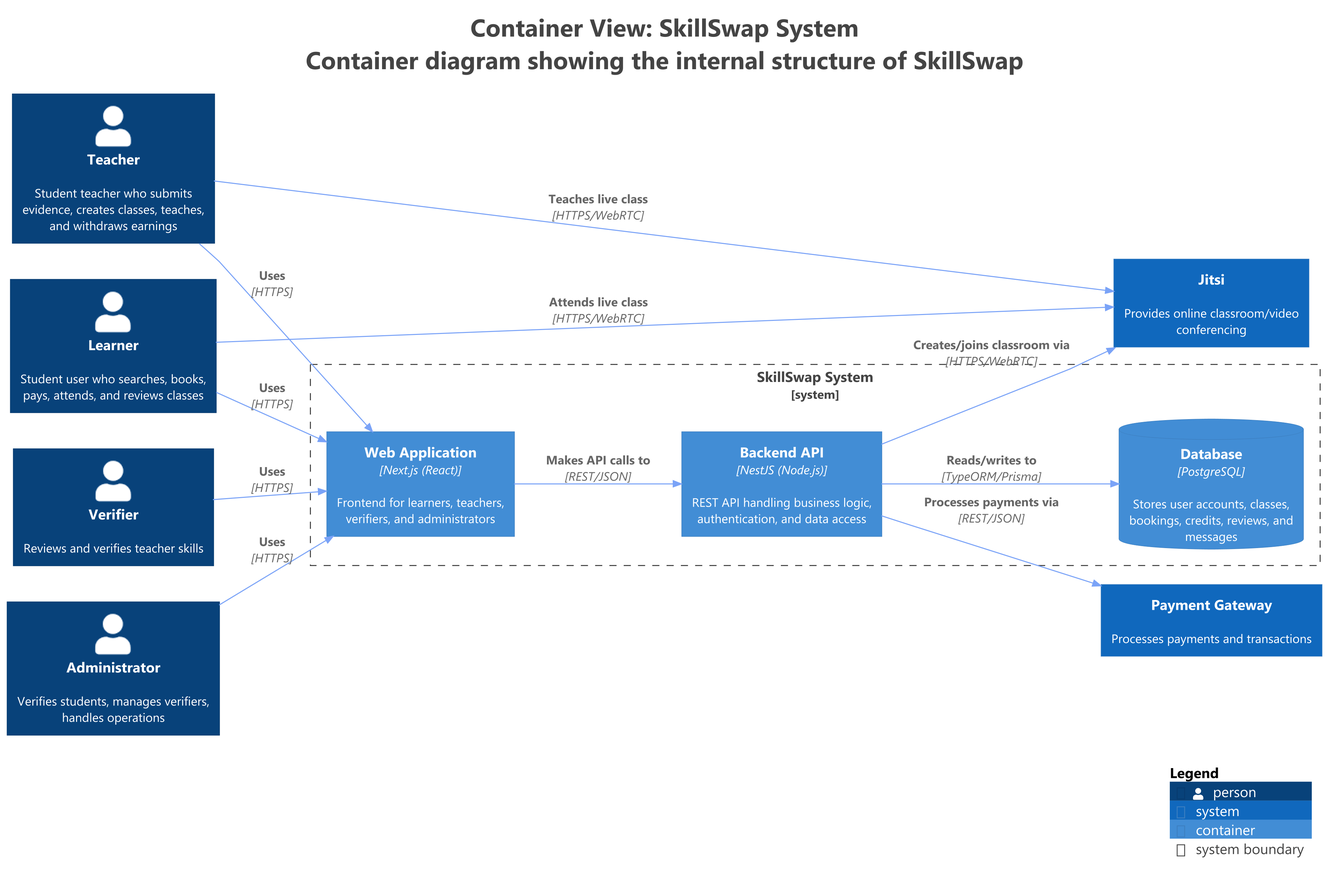
Before: docs/diagrams/c4/generated/structurizr-Containers.png, a diagram exported from PlantUML (trankien022/SkillSwap).
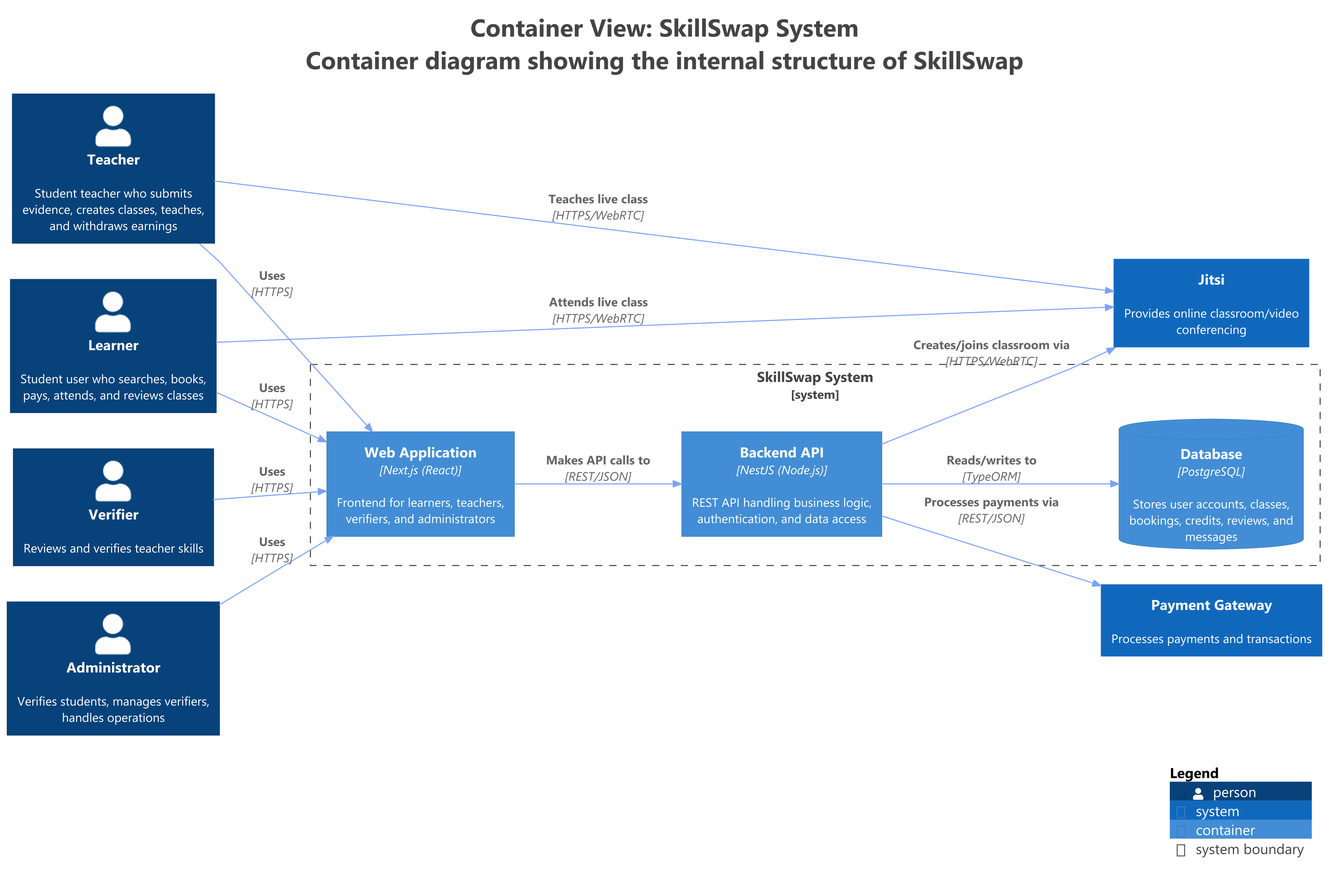
Later version of the same file.

Diff of the diagram source:
```diff
@@ -38,7 +38,7 @@
 Rel(Teacher, Jitsi, "Teaches live class", $techn="HTTPS/WebRTC", $tags="", $link="")
 Rel(Learner, Jitsi, "Attends live class", $techn="HTTPS/WebRTC", $tags="", $link="")
 Rel(SkillSwapSystem.WebApplication, SkillSwapSystem.BackendAPI, "Makes API calls to", $techn="REST/JSON", $tags="", $link="")
-Rel(SkillSwapSystem.BackendAPI, SkillSwapSystem.Database, "Reads/writes to", $techn="TypeORM/Prisma", $tags="", $link="")
+Rel(SkillSwapSystem.BackendAPI, SkillSwapSystem.Database, "Reads/writes to", $techn="TypeORM", $tags="", $link="")
 Rel(SkillSwapSystem.BackendAPI, PaymentGateway, "Processes payments via", $techn="REST/JSON", $tags="", $link="")
 Rel(SkillSwapSystem.BackendAPI, Jitsi, "Creates/joins classroom via", $techn="HTTPS/WebRTC", $tags="", $link="")
 
```
